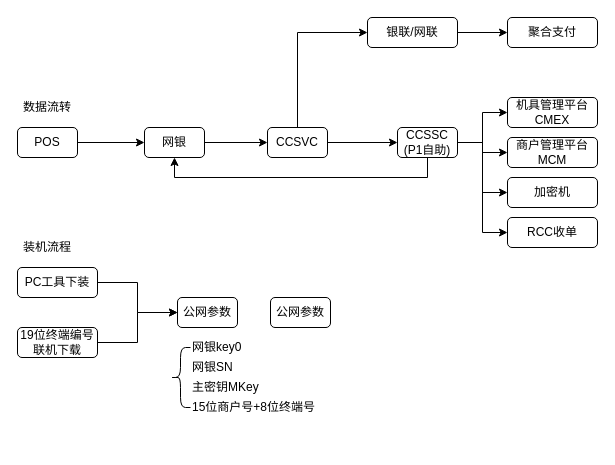
Above: KeyStruct-FT.drawio in xin78693304/mycharts (draw.io), before the change. Source tidied: cells renumbered, new cells numbered last; positions are measured from the earlier drawing's top-left corner, leaving out a move shared by most shapes. Both pictures are drawn from the tidied source at 100%, with x=0, y=0 at pixel (17, 17).
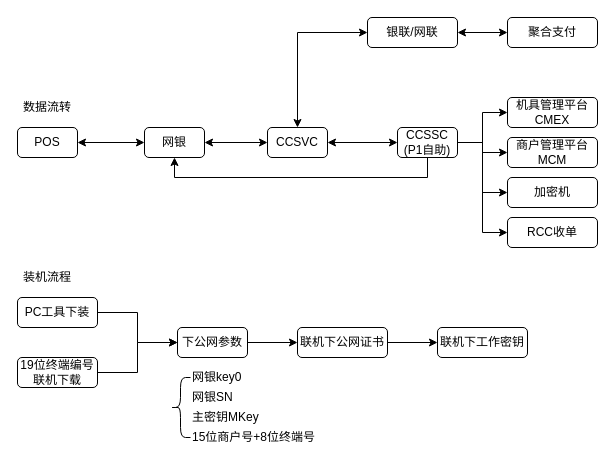
The same diagram, later.

Unchanged cells that the change refers to:
```xml
<mxCell id="3" value="POS" style="rounded=1;whiteSpace=wrap;html=1;" parent="1" vertex="1">
  <mxGeometry y="110" width="60" height="30" as="geometry" />
</mxCell>
<mxCell id="5" value="网银" style="rounded=1;whiteSpace=wrap;html=1;" parent="1" vertex="1">
  <mxGeometry x="127" y="110" width="60" height="30" as="geometry" />
</mxCell>
<mxCell id="8" value="CCSVC" style="rounded=1;whiteSpace=wrap;html=1;" parent="1" vertex="1">
  <mxGeometry x="250" y="110" width="60" height="30" as="geometry" />
</mxCell>
<mxCell id="14" value="CCSSC&lt;br&gt;(P1自助)" style="rounded=1;whiteSpace=wrap;html=1;" parent="1" vertex="1">
  <mxGeometry x="380" y="110" width="60" height="30" as="geometry" />
</mxCell>
<mxCell id="33" value="银联/网联" style="rounded=1;whiteSpace=wrap;html=1;" parent="1" vertex="1">
  <mxGeometry x="350" width="90" height="30" as="geometry" />
</mxCell>
<mxCell id="34" value="聚合支付" style="rounded=1;whiteSpace=wrap;html=1;" parent="1" vertex="1">
  <mxGeometry x="490" width="90" height="30" as="geometry" />
</mxCell>
```

Change to the diagram source:
```diff
@@
-    <mxCell id="2" style="edgeStyle=orthogonalEdgeStyle;rounded=0;jettySize=auto;html=1;" parent="1" edge="1" source="3" target="5">
+    <mxCell id="2" style="rounded=1;jettySize=auto;html=1;strokeWidth=1;startArrow=classic;startFill=1;" parent="1" edge="1" source="3" target="5">
       <mxGeometry relative="1" as="geometry" />
     </mxCell>
@@
-    <mxCell id="4" style="edgeStyle=orthogonalEdgeStyle;rounded=0;jettySize=auto;html=1;" parent="1" edge="1" source="5" target="8">
+    <mxCell id="4" style="edgeStyle=orthogonalEdgeStyle;rounded=0;jettySize=auto;html=1;startArrow=classic;startFill=1;" parent="1" edge="1" source="5" target="8">
       <mxGeometry relative="1" as="geometry" />
     </mxCell>
@@
-    <mxCell id="6" style="edgeStyle=orthogonalEdgeStyle;rounded=0;jettySize=auto;html=1;" parent="1" edge="1" source="8" target="14">
+    <mxCell id="6" style="edgeStyle=orthogonalEdgeStyle;rounded=0;jettySize=auto;html=1;startArrow=classic;startFill=1;" parent="1" edge="1" source="8" target="14">
       <mxGeometry relative="1" as="geometry" />
     </mxCell>
-    <mxCell id="7" style="edgeStyle=orthogonalEdgeStyle;rounded=0;jettySize=auto;html=1;entryX=0;entryY=0.5;entryDx=0;entryDy=0;" parent="1" edge="1" source="8" target="33">
+    <mxCell id="7" style="edgeStyle=orthogonalEdgeStyle;rounded=0;jettySize=auto;html=1;entryX=0;entryY=0.5;entryDx=0;entryDy=0;startArrow=classic;startFill=1;" parent="1" edge="1" source="8" target="33">
       <mxGeometry relative="1" as="geometry">
         <Array as="points">
           <mxPoint x="280" y="15" />
         </Array>
       </mxGeometry>
     </mxCell>
@@
+    <mxCell id="35" style="edgeStyle=orthogonalEdgeStyle;rounded=0;jettySize=auto;html=1;" parent="1" edge="1" source="16" target="28">
+      <mxGeometry relative="1" as="geometry" />
+    </mxCell>
-    <mxCell id="16" value="公网参数" style="rounded=1;whiteSpace=wrap;html=1;" parent="1" vertex="1">
-      <mxGeometry x="160" y="280" width="60" height="30" as="geometry" />
+    <mxCell id="16" value="下公网参数" style="rounded=1;whiteSpace=wrap;html=1;" parent="1" vertex="1">
+      <mxGeometry x="160" y="310" width="70" height="30" as="geometry" />
     </mxCell>
@@
     <mxCell id="20" value="PC工具下装" style="rounded=1;whiteSpace=wrap;html=1;" parent="1" vertex="1">
-      <mxGeometry y="250" width="80" height="30" as="geometry" />
+      <mxGeometry y="280" width="80" height="30" as="geometry" />
     </mxCell>
@@
     <mxCell id="22" value="19位终端编号联机下载" style="rounded=1;whiteSpace=wrap;html=1;" parent="1" vertex="1">
-      <mxGeometry y="310" width="80" height="30" as="geometry" />
+      <mxGeometry y="340" width="80" height="30" as="geometry" />
     </mxCell>
     <mxCell id="23" value="网银key0" style="text;html=1;strokeColor=none;fillColor=none;align=left;verticalAlign=middle;whiteSpace=wrap;rounded=0;" parent="1" vertex="1">
-      <mxGeometry x="173" y="320" width="60" height="20" as="geometry" />
+      <mxGeometry x="173" y="350" width="60" height="20" as="geometry" />
     </mxCell>
     <mxCell id="24" value="网银SN" style="text;html=1;strokeColor=none;fillColor=none;align=left;verticalAlign=middle;whiteSpace=wrap;rounded=0;" parent="1" vertex="1">
-      <mxGeometry x="173" y="340" width="60" height="20" as="geometry" />
+      <mxGeometry x="173" y="370" width="60" height="20" as="geometry" />
     </mxCell>
     <mxCell id="25" value="主密钥MKey" style="text;html=1;strokeColor=none;fillColor=none;align=left;verticalAlign=middle;whiteSpace=wrap;rounded=0;" parent="1" vertex="1">
-      <mxGeometry x="173" y="360" width="80" height="20" as="geometry" />
+      <mxGeometry x="173" y="390" width="80" height="20" as="geometry" />
     </mxCell>
     <mxCell id="26" value="15位商户号+8位终端号" style="text;html=1;strokeColor=none;fillColor=none;align=left;verticalAlign=middle;whiteSpace=wrap;rounded=0;" parent="1" vertex="1">
-      <mxGeometry x="173" y="380" width="130" height="20" as="geometry" />
+      <mxGeometry x="173" y="410" width="130" height="20" as="geometry" />
     </mxCell>
     <mxCell id="27" style="shape=curlyBracket;whiteSpace=wrap;html=1;rounded=1;align=left;" parent="1" vertex="1">
-      <mxGeometry x="153" y="330" width="20" height="60" as="geometry" />
+      <mxGeometry x="153" y="360" width="20" height="60" as="geometry" />
     </mxCell>
+    <mxCell id="36" style="edgeStyle=orthogonalEdgeStyle;rounded=0;jettySize=auto;html=1;" parent="1" edge="1" source="28" target="37">
+      <mxGeometry relative="1" as="geometry" />
+    </mxCell>
-    <mxCell id="28" value="公网参数" style="rounded=1;whiteSpace=wrap;html=1;" parent="1" vertex="1">
-      <mxGeometry x="253" y="280" width="60" height="30" as="geometry" />
+    <mxCell id="28" value="联机下公网证书" style="rounded=1;whiteSpace=wrap;html=1;" parent="1" vertex="1">
+      <mxGeometry x="280" y="310" width="90" height="30" as="geometry" />
     </mxCell>
     <mxCell id="29" value="装机流程" style="text;html=1;strokeColor=none;fillColor=none;align=center;verticalAlign=middle;whiteSpace=wrap;rounded=0;" parent="1" vertex="1">
-      <mxGeometry y="220" width="60" height="20" as="geometry" />
+      <mxGeometry y="250" width="60" height="20" as="geometry" />
     </mxCell>
@@
-    <mxCell id="32" style="edgeStyle=orthogonalEdgeStyle;rounded=0;jettySize=auto;html=1;entryX=0;entryY=0.5;entryDx=0;entryDy=0;" parent="1" edge="1" source="33" target="34">
+    <mxCell id="32" style="edgeStyle=orthogonalEdgeStyle;rounded=0;jettySize=auto;html=1;entryX=0;entryY=0.5;entryDx=0;entryDy=0;startArrow=classic;startFill=1;" parent="1" edge="1" source="33" target="34">
       <mxGeometry relative="1" as="geometry" />
     </mxCell>
@@
+    <mxCell id="37" value="联机下工作密钥" style="rounded=1;whiteSpace=wrap;html=1;" parent="1" vertex="1">
+      <mxGeometry x="420" y="310" width="90" height="30" as="geometry" />
+    </mxCell>
```
